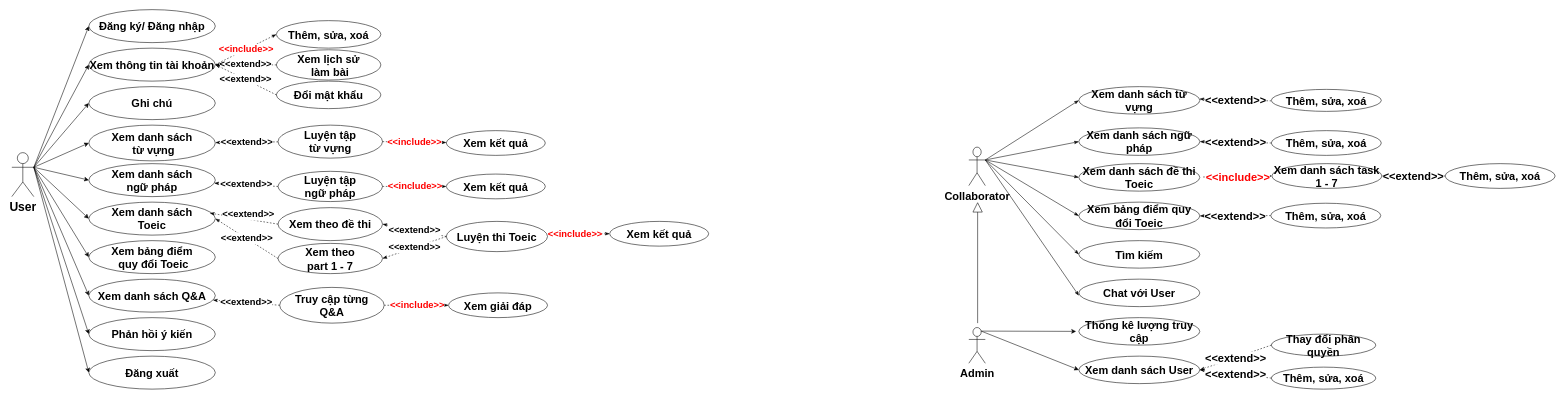
This is page "UCD" (2 of 6) of ToeicTestProjectDiagram.drawio from KimOanh0310/ToeicTestProject, a draw.io file, before an edit. Source tidied: cells renumbered, new cells numbered last; positions are measured from the earlier drawing's top-left corner, leaving out a move shared by most shapes. Both pictures are drawn from the tidied source at 55%, with x=0, y=0 at pixel (12, 9).
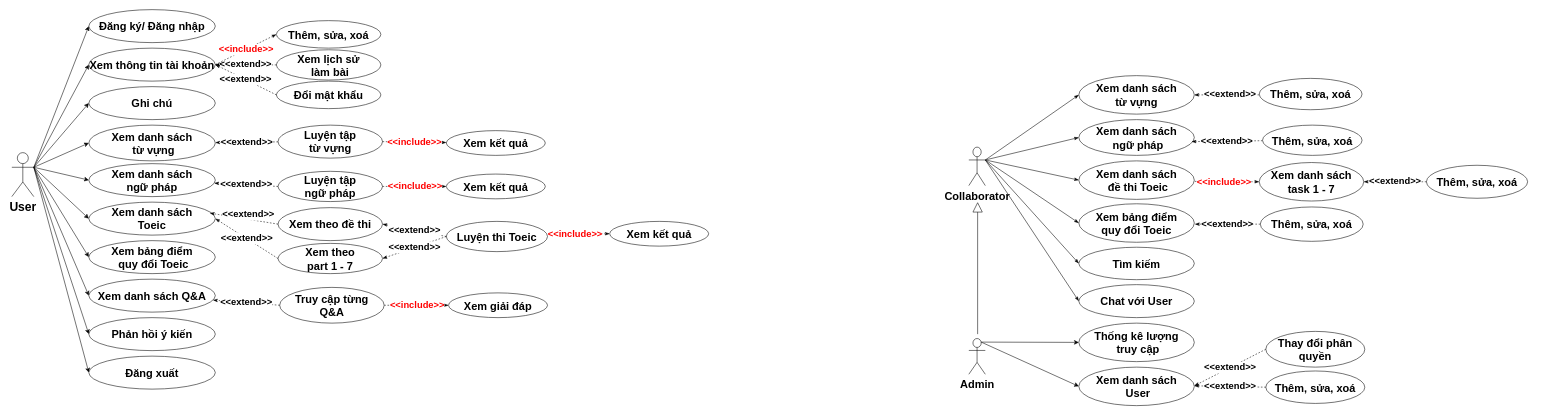
The same diagram, later.

The change refers to these unchanged cells:
```xml
<mxCell id="78" value="&lt;b style=&quot;font-size: 20px;&quot;&gt;&lt;font style=&quot;font-size: 20px;&quot;&gt;Collaborator&lt;/font&gt;&lt;/b&gt;" style="shape=umlActor;verticalLabelPosition=bottom;verticalAlign=top;html=1;outlineConnect=0;rounded=0;sketch=0;fontSize=20;fontColor=#000000;strokeColor=#000000;" parent="1" vertex="1">
  <mxGeometry x="1740" y="250" width="30" height="70" as="geometry" />
</mxCell>
```

Change to the diagram source:
```diff
@@
-    <mxCell id="64" value="&lt;b style=&quot;font-size: 20px;&quot;&gt;&lt;font style=&quot;font-size: 20px;&quot;&gt;Xem danh sách User&lt;/font&gt;&lt;/b&gt;" style="ellipse;whiteSpace=wrap;html=1;rounded=0;sketch=0;strokeColor=#000000;fontSize=20;" parent="1" vertex="1">
-      <mxGeometry x="1940" y="630" width="220" height="50" as="geometry" />
+    <mxCell id="64" value="&lt;b style=&quot;font-size: 20px;&quot;&gt;&lt;font style=&quot;font-size: 20px;&quot;&gt;Xem danh sách&lt;br&gt;&amp;nbsp;User&lt;/font&gt;&lt;/b&gt;" style="ellipse;whiteSpace=wrap;html=1;rounded=0;sketch=0;strokeColor=#000000;fontSize=20;" parent="1" vertex="1">
+      <mxGeometry x="1940" y="650" width="210" height="70" as="geometry" />
     </mxCell>
-    <mxCell id="65" value="&lt;b style=&quot;font-size: 20px;&quot;&gt;&lt;font style=&quot;font-size: 20px;&quot;&gt;Xem danh sách từ vựng&lt;/font&gt;&lt;/b&gt;" style="ellipse;whiteSpace=wrap;html=1;rounded=0;sketch=0;strokeColor=#000000;fontSize=20;" parent="1" vertex="1">
-      <mxGeometry x="1940" y="140" width="220" height="50" as="geometry" />
+    <mxCell id="65" value="&lt;b style=&quot;font-size: 20px;&quot;&gt;&lt;font style=&quot;font-size: 20px;&quot;&gt;Xem danh sách &lt;br&gt;từ vựng&lt;/font&gt;&lt;/b&gt;" style="ellipse;whiteSpace=wrap;html=1;rounded=0;sketch=0;strokeColor=#000000;fontSize=20;" parent="1" vertex="1">
+      <mxGeometry x="1940" y="120" width="210" height="70" as="geometry" />
     </mxCell>
-    <mxCell id="66" value="&lt;b style=&quot;font-size: 20px;&quot;&gt;&lt;font style=&quot;font-size: 20px;&quot;&gt;Thống kê lượng truy cập&lt;/font&gt;&lt;/b&gt;" style="ellipse;whiteSpace=wrap;html=1;rounded=0;sketch=0;strokeColor=#000000;fontSize=20;" parent="1" vertex="1">
-      <mxGeometry x="1940" y="560" width="220" height="50" as="geometry" />
+    <mxCell id="66" value="&lt;b style=&quot;font-size: 20px;&quot;&gt;&lt;font style=&quot;font-size: 20px;&quot;&gt;Thống kê lượng&lt;br&gt;&amp;nbsp;truy cập&lt;/font&gt;&lt;/b&gt;" style="ellipse;whiteSpace=wrap;html=1;rounded=0;sketch=0;strokeColor=#000000;fontSize=20;" parent="1" vertex="1">
+      <mxGeometry x="1940" y="570" width="210" height="70" as="geometry" />
     </mxCell>
     <mxCell id="67" value="&lt;b style=&quot;font-size: 20px;&quot;&gt;&lt;font style=&quot;font-size: 20px;&quot;&gt;Tìm kiếm&lt;/font&gt;&lt;/b&gt;" style="ellipse;whiteSpace=wrap;html=1;rounded=0;sketch=0;strokeColor=#000000;fontSize=20;" parent="1" vertex="1">
-      <mxGeometry x="1940" y="420" width="220" height="50" as="geometry" />
+      <mxGeometry x="1940" y="432" width="210" height="59" as="geometry" />
     </mxCell>
     <mxCell id="68" value="&lt;b style=&quot;font-size: 20px;&quot;&gt;&lt;font style=&quot;font-size: 20px;&quot;&gt;Chat với User&lt;/font&gt;&lt;/b&gt;" style="ellipse;whiteSpace=wrap;html=1;rounded=0;sketch=0;strokeColor=#000000;fontSize=20;" parent="1" vertex="1">
-      <mxGeometry x="1940" y="490" width="220" height="50" as="geometry" />
+      <mxGeometry x="1940" y="500" width="210" height="60" as="geometry" />
     </mxCell>
-    <mxCell id="69" value="&lt;span style=&quot;font-size: 20px;&quot;&gt;&lt;b style=&quot;font-size: 20px;&quot;&gt;Xem danh sách ngữ pháp&lt;/b&gt;&lt;/span&gt;" style="ellipse;whiteSpace=wrap;html=1;rounded=0;sketch=0;strokeColor=#000000;direction=west;fontSize=20;" parent="1" vertex="1">
-      <mxGeometry x="1940" y="215" width="220" height="50" as="geometry" />
+    <mxCell id="69" value="&lt;span style=&quot;font-size: 20px;&quot;&gt;&lt;b style=&quot;font-size: 20px;&quot;&gt;Xem danh sách&lt;br&gt;&amp;nbsp;ngữ pháp&lt;/b&gt;&lt;/span&gt;" style="ellipse;whiteSpace=wrap;html=1;rounded=0;sketch=0;strokeColor=#000000;direction=west;fontSize=20;" parent="1" vertex="1">
+      <mxGeometry x="1940" y="200" width="210" height="65" as="geometry" />
     </mxCell>
-    <mxCell id="70" value="&lt;font style=&quot;font-size: 20px;&quot;&gt;&lt;b style=&quot;font-size: 20px;&quot;&gt;Xem danh sách đề thi Toeic&lt;/b&gt;&lt;/font&gt;" style="ellipse;whiteSpace=wrap;html=1;rounded=0;sketch=0;strokeColor=#000000;fontSize=20;" parent="1" vertex="1">
-      <mxGeometry x="1940" y="280" width="220" height="50" as="geometry" />
+    <mxCell id="70" value="&lt;font style=&quot;font-size: 20px;&quot;&gt;&lt;b style=&quot;font-size: 20px;&quot;&gt;Xem danh sách&lt;br&gt;&amp;nbsp;đề thi Toeic&lt;/b&gt;&lt;/font&gt;" style="ellipse;whiteSpace=wrap;html=1;rounded=0;sketch=0;strokeColor=#000000;fontSize=20;" parent="1" vertex="1">
+      <mxGeometry x="1940" y="275" width="210" height="70" as="geometry" />
     </mxCell>
-    <mxCell id="71" value="&lt;b style=&quot;font-size: 20px;&quot;&gt;&lt;font style=&quot;font-size: 20px;&quot;&gt;Xem bảng điểm quy đổi Toeic&lt;/font&gt;&lt;/b&gt;" style="ellipse;whiteSpace=wrap;html=1;rounded=0;sketch=0;strokeColor=#000000;fontSize=20;" parent="1" vertex="1">
-      <mxGeometry x="1940" y="350" width="220" height="50" as="geometry" />
+    <mxCell id="71" value="&lt;b style=&quot;font-size: 20px;&quot;&gt;&lt;font style=&quot;font-size: 20px;&quot;&gt;Xem bảng điểm &lt;br&gt;quy đổi Toeic&lt;/font&gt;&lt;/b&gt;" style="ellipse;whiteSpace=wrap;html=1;rounded=0;sketch=0;strokeColor=#000000;fontSize=20;" parent="1" vertex="1">
+      <mxGeometry x="1940" y="353" width="210" height="70" as="geometry" />
     </mxCell>
@@
-    <mxCell id="77" style="edgeStyle=none;rounded=1;sketch=0;jettySize=auto;html=1;exitX=1;exitY=0.3333333333333333;exitDx=0;exitDy=0;exitPerimeter=0;fontSize=20;fontColor=#000000;endArrow=classicThin;endFill=1;strokeColor=#000000;entryX=0;entryY=0.6;entryDx=0;entryDy=0;entryPerimeter=0;" parent="1" edge="1" source="78" target="68">
-      <mxGeometry relative="1" as="geometry" />
+    <mxCell id="77" style="edgeStyle=none;rounded=1;sketch=0;jettySize=auto;html=1;exitX=1;exitY=0.3333333333333333;exitDx=0;exitDy=0;exitPerimeter=0;fontSize=20;fontColor=#000000;endArrow=classicThin;endFill=1;strokeColor=#000000;" parent="1" edge="1" source="78">
+      <mxGeometry relative="1" as="geometry">
+        <mxPoint x="1940" y="530" as="targetPoint" />
+      </mxGeometry>
     </mxCell>
@@
     <mxCell id="79" value="&lt;b style=&quot;font-size: 20px;&quot;&gt;&lt;font style=&quot;font-size: 20px;&quot;&gt;Admin&lt;/font&gt;&lt;/b&gt;" style="shape=umlActor;verticalLabelPosition=bottom;verticalAlign=top;html=1;outlineConnect=0;rounded=0;sketch=0;fontSize=20;fontColor=#000000;strokeColor=#000000;" parent="1" vertex="1">
-      <mxGeometry x="1740" y="578" width="30" height="65" as="geometry" />
+      <mxGeometry x="1740" y="598" width="30" height="65" as="geometry" />
     </mxCell>
-    <mxCell id="80" value="&lt;font style=&quot;font-size: 20px;&quot;&gt;&lt;b style=&quot;font-size: 20px;&quot;&gt;&amp;lt;&amp;lt;extend&amp;gt;&amp;gt;&lt;/b&gt;&lt;/font&gt;" style="endArrow=classicThin;html=1;rounded=1;dashed=1;sketch=0;fontSize=20;strokeColor=#000000;endFill=1;exitX=0;exitY=0.5;exitDx=0;exitDy=0;" parent="1" edge="1">
+    <mxCell id="80" value="&lt;font style=&quot;font-size: 17px;&quot;&gt;&lt;b style=&quot;font-size: 17px;&quot;&gt;&amp;lt;&amp;lt;extend&amp;gt;&amp;gt;&lt;/b&gt;&lt;/font&gt;" style="endArrow=classicThin;html=1;rounded=1;dashed=1;sketch=0;fontSize=17;strokeColor=#000000;endFill=1;" parent="1" edge="1">
       <mxGeometry relative="1" as="geometry">
-        <mxPoint x="2290" y="165.9" as="sourcePoint" />
-        <mxPoint x="2159.4" y="162.6" as="targetPoint" />
+        <mxPoint x="2280" y="155" as="sourcePoint" />
+        <mxPoint x="2150" y="155" as="targetPoint" />
       </mxGeometry>
     </mxCell>
-    <mxCell id="81" style="edgeLabel;html=1;align=center;verticalAlign=middle;rounded=0;sketch=0;fontSize=20;strokeColor=#000000;" parent="80" vertex="1">
+    <mxCell id="81" style="edgeLabel;html=1;align=center;verticalAlign=middle;rounded=0;sketch=0;fontSize=17;strokeColor=#000000;" parent="80" vertex="1">
       <mxGeometry relative="1" as="geometry" />
     </mxCell>
-    <mxCell id="82" value="&lt;font style=&quot;font-size: 20px;&quot;&gt;&lt;b style=&quot;font-size: 20px;&quot;&gt;&amp;lt;&amp;lt;extend&amp;gt;&amp;gt;&lt;/b&gt;&lt;/font&gt;" style="endArrow=classicThin;html=1;rounded=1;dashed=1;sketch=0;fontSize=20;strokeColor=#000000;endFill=1;exitX=0;exitY=0.5;exitDx=0;exitDy=0;" parent="1" edge="1" source="86">
+    <mxCell id="82" value="&lt;font style=&quot;font-size: 17px;&quot;&gt;&lt;b style=&quot;font-size: 17px;&quot;&gt;&amp;lt;&amp;lt;extend&amp;gt;&amp;gt;&lt;/b&gt;&lt;/font&gt;" style="endArrow=classicThin;html=1;rounded=1;dashed=1;sketch=0;fontSize=17;strokeColor=#000000;endFill=1;" parent="1" edge="1" source="86">
       <mxGeometry relative="1" as="geometry">
-        <mxPoint x="2160" y="375" as="targetPoint" />
+        <mxPoint x="2151" y="390" as="targetPoint" />
       </mxGeometry>
     </mxCell>
-    <mxCell id="83" style="edgeLabel;html=1;align=center;verticalAlign=middle;rounded=0;sketch=0;fontSize=20;strokeColor=#000000;" parent="82" vertex="1">
+    <mxCell id="83" style="edgeLabel;html=1;align=center;verticalAlign=middle;rounded=0;sketch=0;fontSize=17;strokeColor=#000000;" parent="82" vertex="1">
       <mxGeometry relative="1" as="geometry" />
     </mxCell>
-    <mxCell id="84" value="&lt;font style=&quot;font-size: 20px;&quot;&gt;&lt;b style=&quot;font-size: 20px;&quot;&gt;&amp;lt;&amp;lt;extend&amp;gt;&amp;gt;&lt;/b&gt;&lt;/font&gt;" style="endArrow=classicThin;html=1;rounded=1;dashed=1;sketch=0;fontSize=20;strokeColor=#000000;endFill=1;exitX=0;exitY=0.5;exitDx=0;exitDy=0;entryX=1;entryY=0.5;entryDx=0;entryDy=0;" parent="1" edge="1" source="88">
+    <mxCell id="84" value="&lt;font style=&quot;font-size: 17px;&quot;&gt;&lt;b style=&quot;font-size: 17px;&quot;&gt;&amp;lt;&amp;lt;extend&amp;gt;&amp;gt;&lt;/b&gt;&lt;/font&gt;" style="endArrow=classicThin;html=1;rounded=1;dashed=1;sketch=0;fontSize=17;strokeColor=#000000;endFill=1;entryX=1;entryY=0.5;entryDx=0;entryDy=0;" parent="1" edge="1" source="88">
       <mxGeometry relative="1" as="geometry">
-        <mxPoint x="2160" y="240" as="targetPoint" />
+        <mxPoint x="2145" y="240" as="targetPoint" />
       </mxGeometry>
     </mxCell>
-    <mxCell id="85" style="edgeLabel;html=1;align=center;verticalAlign=middle;rounded=0;sketch=0;fontSize=20;strokeColor=#000000;" parent="84" vertex="1">
+    <mxCell id="85" style="edgeLabel;html=1;align=center;verticalAlign=middle;rounded=0;sketch=0;fontSize=17;strokeColor=#000000;" parent="84" vertex="1">
       <mxGeometry relative="1" as="geometry" />
     </mxCell>
     <mxCell id="86" value="&lt;b style=&quot;font-size: 20px;&quot;&gt;&lt;font style=&quot;font-size: 20px;&quot;&gt;Thêm, sửa, xoá&lt;/font&gt;&lt;/b&gt;" style="ellipse;whiteSpace=wrap;html=1;rounded=0;sketch=0;fontSize=20;strokeColor=#000000;" parent="1" vertex="1">
-      <mxGeometry x="2289" y="352" width="200" height="45" as="geometry" />
+      <mxGeometry x="2270" y="358.8" width="187" height="62.5" as="geometry" />
     </mxCell>
     <mxCell id="87" value="&lt;b style=&quot;font-size: 20px;&quot;&gt;&lt;font style=&quot;font-size: 20px;&quot;&gt;Thêm, sửa, xoá&lt;/font&gt;&lt;/b&gt;" style="ellipse;whiteSpace=wrap;html=1;rounded=0;sketch=0;fontSize=20;strokeColor=#000000;" parent="1" vertex="1">
-      <mxGeometry x="2290" y="145" width="200" height="40" as="geometry" />
+      <mxGeometry x="2268" y="125" width="187" height="57" as="geometry" />
     </mxCell>
     <mxCell id="88" value="&lt;b style=&quot;font-size: 20px;&quot;&gt;&lt;font style=&quot;font-size: 20px;&quot;&gt;Thêm, sửa, xoá&lt;/font&gt;&lt;/b&gt;" style="ellipse;whiteSpace=wrap;html=1;rounded=0;sketch=0;fontSize=20;strokeColor=#000000;" parent="1" vertex="1">
-      <mxGeometry x="2290" y="220" width="200" height="45" as="geometry" />
+      <mxGeometry x="2274" y="210" width="181" height="55" as="geometry" />
     </mxCell>
     <mxCell id="89" value="&lt;b style=&quot;font-size: 20px;&quot;&gt;&lt;font style=&quot;font-size: 20px;&quot;&gt;Xem danh sách task 1 - 7&lt;/font&gt;&lt;/b&gt;" style="ellipse;whiteSpace=wrap;html=1;rounded=0;sketch=0;fontSize=20;strokeColor=#000000;" parent="1" vertex="1">
-      <mxGeometry x="2291" y="280" width="200" height="45" as="geometry" />
+      <mxGeometry x="2268" y="278" width="190" height="70" as="geometry" />
     </mxCell>
-    <mxCell id="90" style="endArrow=classicThin;html=1;rounded=1;dashed=1;sketch=0;fontSize=20;strokeColor=#000000;entryX=0;entryY=0.5;entryDx=0;entryDy=0;endFill=1;" parent="1" edge="1" target="89">
+    <mxCell id="90" style="endArrow=classicThin;html=1;rounded=1;dashed=1;sketch=0;fontSize=17;strokeColor=#000000;entryX=0;entryY=0.5;entryDx=0;entryDy=0;endFill=1;" parent="1" edge="1" target="89">
       <mxGeometry relative="1" as="geometry">
-        <mxPoint x="2166" y="304.3" as="sourcePoint" />
+        <mxPoint x="2151" y="312.3" as="sourcePoint" />
       </mxGeometry>
     </mxCell>
-    <mxCell id="91" value="&lt;b style=&quot;font-size: 20px;&quot;&gt;&lt;font color=&quot;#ff0000&quot; style=&quot;font-size: 20px;&quot;&gt;&amp;lt;&amp;lt;include&amp;gt;&amp;gt;&lt;/font&gt;&lt;/b&gt;" style="edgeLabel;html=1;align=center;verticalAlign=middle;rounded=0;sketch=0;fontSize=20;strokeColor=#000000;" parent="90" vertex="1">
-      <mxGeometry relative="1" as="geometry" />
+    <mxCell id="91" value="&lt;b style=&quot;font-size: 17px;&quot;&gt;&lt;font color=&quot;#ff0000&quot; style=&quot;font-size: 17px;&quot;&gt;&amp;lt;&amp;lt;include&amp;gt;&amp;gt;&lt;/font&gt;&lt;/b&gt;" style="edgeLabel;html=1;align=center;verticalAlign=middle;rounded=0;sketch=0;fontSize=17;strokeColor=#000000;" parent="90" vertex="1">
+      <mxGeometry relative="1" as="geometry">
+        <mxPoint x="-6" y="1" as="offset" />
+      </mxGeometry>
     </mxCell>
     <mxCell id="92" value="&lt;b style=&quot;font-size: 20px;&quot;&gt;&lt;font style=&quot;font-size: 20px;&quot;&gt;Thêm, sửa, xoá&lt;/font&gt;&lt;/b&gt;" style="ellipse;whiteSpace=wrap;html=1;rounded=0;sketch=0;fontSize=20;strokeColor=#000000;" parent="1" vertex="1">
-      <mxGeometry x="2606" y="280" width="200" height="45" as="geometry" />
+      <mxGeometry x="2572" y="283" width="184" height="60" as="geometry" />
     </mxCell>
-    <mxCell id="93" value="&lt;font style=&quot;font-size: 20px;&quot;&gt;&lt;b style=&quot;font-size: 20px;&quot;&gt;&amp;lt;&amp;lt;extend&amp;gt;&amp;gt;&lt;/b&gt;&lt;/font&gt;" style="endArrow=classicThin;html=1;rounded=1;dashed=1;sketch=0;fontSize=20;strokeColor=#000000;endFill=1;exitX=0;exitY=0.5;exitDx=0;exitDy=0;" parent="1" edge="1" source="92" target="89">
+    <mxCell id="93" value="&lt;font style=&quot;font-size: 17px;&quot;&gt;&lt;b style=&quot;font-size: 17px;&quot;&gt;&amp;lt;&amp;lt;extend&amp;gt;&amp;gt;&lt;/b&gt;&lt;/font&gt;" style="endArrow=classicThin;html=1;rounded=1;dashed=1;sketch=0;fontSize=17;strokeColor=#000000;endFill=1;exitX=0;exitY=0.5;exitDx=0;exitDy=0;" parent="1" edge="1" source="92" target="89">
       <mxGeometry relative="1" as="geometry" />
     </mxCell>
-    <mxCell id="94" style="edgeLabel;html=1;align=center;verticalAlign=middle;rounded=0;sketch=0;fontSize=20;strokeColor=#000000;" parent="93" vertex="1">
+    <mxCell id="94" style="edgeLabel;html=1;align=center;verticalAlign=middle;rounded=0;sketch=0;fontSize=17;strokeColor=#000000;" parent="93" vertex="1">
       <mxGeometry relative="1" as="geometry" />
     </mxCell>
     <mxCell id="95" value="&lt;b style=&quot;font-size: 20px;&quot;&gt;&lt;font style=&quot;font-size: 20px;&quot;&gt;Thay đổi phân quyền&lt;/font&gt;&lt;/b&gt;" style="ellipse;whiteSpace=wrap;html=1;rounded=0;sketch=0;fontSize=20;strokeColor=#000000;" parent="1" vertex="1">
-      <mxGeometry x="2290" y="590" width="190" height="40" as="geometry" />
+      <mxGeometry x="2280" y="585" width="180" height="65" as="geometry" />
     </mxCell>
     <mxCell id="96" value="&lt;b style=&quot;font-size: 20px;&quot;&gt;&lt;font style=&quot;font-size: 20px;&quot;&gt;Thêm, sửa, xoá&lt;/font&gt;&lt;/b&gt;" style="ellipse;whiteSpace=wrap;html=1;rounded=0;sketch=0;fontSize=20;strokeColor=#000000;" parent="1" vertex="1">
-      <mxGeometry x="2290" y="650" width="190" height="40" as="geometry" />
+      <mxGeometry x="2280" y="657" width="180" height="59" as="geometry" />
     </mxCell>
-    <mxCell id="97" value="&lt;font style=&quot;font-size: 20px;&quot;&gt;&lt;b style=&quot;font-size: 20px;&quot;&gt;&amp;lt;&amp;lt;extend&amp;gt;&amp;gt;&lt;/b&gt;&lt;/font&gt;" style="endArrow=classicThin;html=1;rounded=1;dashed=1;sketch=0;fontSize=20;strokeColor=#000000;endFill=1;exitX=0;exitY=0.5;exitDx=0;exitDy=0;entryX=1;entryY=0.5;entryDx=0;entryDy=0;" parent="1" edge="1" source="95">
+    <mxCell id="97" value="&lt;font style=&quot;font-size: 17px;&quot;&gt;&lt;b style=&quot;font-size: 17px;&quot;&gt;&amp;lt;&amp;lt;extend&amp;gt;&amp;gt;&lt;/b&gt;&lt;/font&gt;" style="endArrow=classicThin;html=1;rounded=1;dashed=1;sketch=0;fontSize=17;strokeColor=#000000;endFill=1;exitX=0;exitY=0.5;exitDx=0;exitDy=0;entryX=1;entryY=0.5;entryDx=0;entryDy=0;" parent="1" edge="1" source="95">
       <mxGeometry relative="1" as="geometry">
-        <mxPoint x="2160" y="655" as="targetPoint" />
+        <mxPoint x="2150" y="684" as="targetPoint" />
       </mxGeometry>
     </mxCell>
-    <mxCell id="98" style="edgeLabel;html=1;align=center;verticalAlign=middle;rounded=0;sketch=0;fontSize=20;strokeColor=#000000;" parent="97" vertex="1">
+    <mxCell id="98" style="edgeLabel;html=1;align=center;verticalAlign=middle;rounded=0;sketch=0;fontSize=17;strokeColor=#000000;" parent="97" vertex="1">
       <mxGeometry relative="1" as="geometry" />
     </mxCell>
-    <mxCell id="99" value="&lt;font style=&quot;font-size: 20px;&quot;&gt;&lt;b style=&quot;font-size: 20px;&quot;&gt;&amp;lt;&amp;lt;extend&amp;gt;&amp;gt;&lt;/b&gt;&lt;/font&gt;" style="endArrow=classicThin;html=1;rounded=1;dashed=1;sketch=0;fontSize=20;strokeColor=#000000;endFill=1;exitX=0;exitY=0.5;exitDx=0;exitDy=0;entryX=1;entryY=0.5;entryDx=0;entryDy=0;" parent="1" edge="1" source="96">
+    <mxCell id="99" value="&lt;font style=&quot;font-size: 17px;&quot;&gt;&lt;b style=&quot;font-size: 17px;&quot;&gt;&amp;lt;&amp;lt;extend&amp;gt;&amp;gt;&lt;/b&gt;&lt;/font&gt;" style="endArrow=classicThin;html=1;rounded=1;dashed=1;sketch=0;fontSize=17;strokeColor=#000000;endFill=1;exitX=0;exitY=0.5;exitDx=0;exitDy=0;entryX=1;entryY=0.5;entryDx=0;entryDy=0;" parent="1" edge="1" source="96">
       <mxGeometry relative="1" as="geometry">
-        <mxPoint x="2160" y="655" as="targetPoint" />
+        <mxPoint x="2150" y="684" as="targetPoint" />
       </mxGeometry>
     </mxCell>
-    <mxCell id="100" style="edgeLabel;html=1;align=center;verticalAlign=middle;rounded=0;sketch=0;fontSize=20;strokeColor=#000000;" parent="99" vertex="1">
+    <mxCell id="100" style="edgeLabel;html=1;align=center;verticalAlign=middle;rounded=0;sketch=0;fontSize=17;strokeColor=#000000;" parent="99" vertex="1">
       <mxGeometry relative="1" as="geometry" />
     </mxCell>
     <mxCell id="101" style="endArrow=block;endSize=16;endFill=0;html=1;rounded=0;fontSize=20;targetPerimeterSpacing=5;strokeWidth=1;" parent="1" edge="1">
       <mxGeometry x="-1" y="392" relative="1" as="geometry">
-        <mxPoint x="1756" y="570" as="sourcePoint" />
+        <mxPoint x="1756" y="590" as="sourcePoint" />
         <mxPoint x="1756" y="350" as="targetPoint" />
         <mxPoint x="-390" y="352" as="offset" />
       </mxGeometry>
     </mxCell>
-    <mxCell id="102" style="endArrow=classic;html=1;rounded=0;fontSize=20;targetPerimeterSpacing=5;strokeWidth=1;exitX=0.75;exitY=0.1;exitDx=0;exitDy=0;exitPerimeter=0;" parent="1" edge="1" source="79" target="66">
+    <mxCell id="102" style="endArrow=classic;html=1;rounded=0;fontSize=20;targetPerimeterSpacing=5;strokeWidth=1;exitX=0.75;exitY=0.1;exitDx=0;exitDy=0;exitPerimeter=0;entryX=0;entryY=0.5;entryDx=0;entryDy=0;" parent="1" edge="1" source="79" target="66">
       <mxGeometry relative="1" as="geometry" />
     </mxCell>
-    <mxCell id="103" style="endArrow=classic;html=1;rounded=0;fontSize=20;targetPerimeterSpacing=5;strokeWidth=1;exitX=0.75;exitY=0.1;exitDx=0;exitDy=0;exitPerimeter=0;" parent="1" edge="1" source="79">
-      <mxGeometry relative="1" as="geometry">
-        <mxPoint x="1940" y="655" as="targetPoint" />
-      </mxGeometry>
+    <mxCell id="103" style="endArrow=classic;html=1;rounded=0;fontSize=20;targetPerimeterSpacing=5;strokeWidth=1;exitX=0.75;exitY=0.1;exitDx=0;exitDy=0;exitPerimeter=0;entryX=0;entryY=0.5;entryDx=0;entryDy=0;" parent="1" edge="1" source="79" target="64">
+      <mxGeometry relative="1" as="geometry" />
     </mxCell>
```
